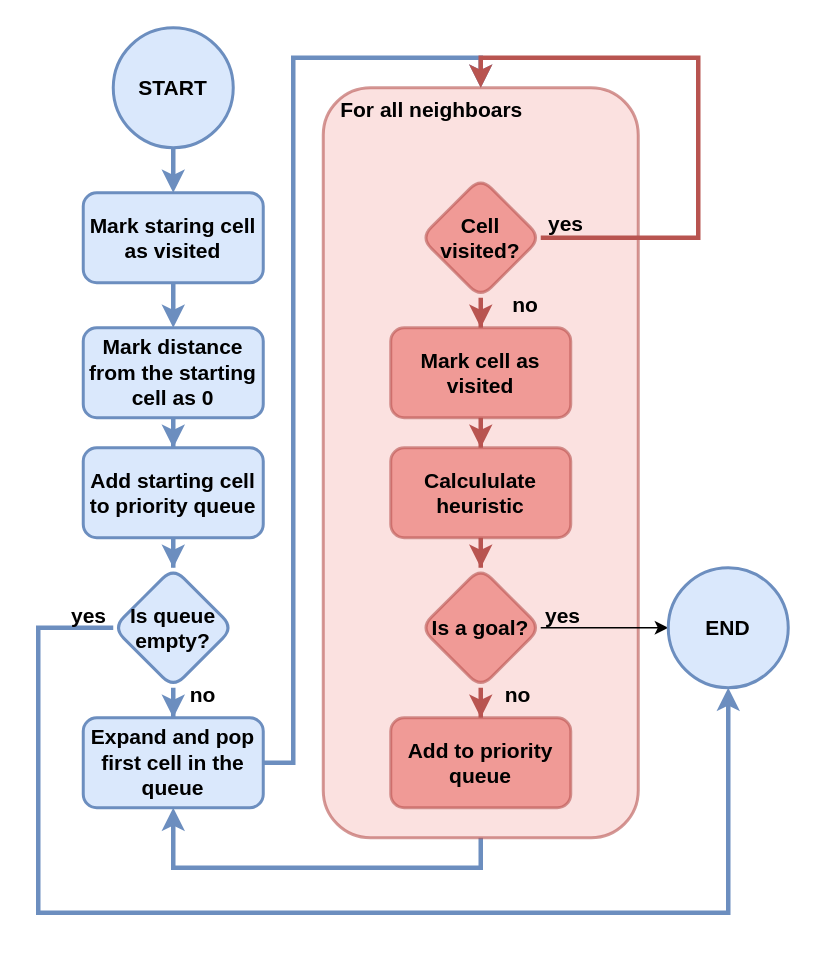
Earlier version of the draw.io diagram docs/diagrams/simple_algos.drawio (mactat/map-pacer). Source tidied: cells renumbered, new cells numbered last; positions are measured from the earlier drawing's top-left corner, leaving out a move shared by most shapes. Both pictures are drawn from the tidied source at 150%, with x=0, y=0 at pixel (38, 27).
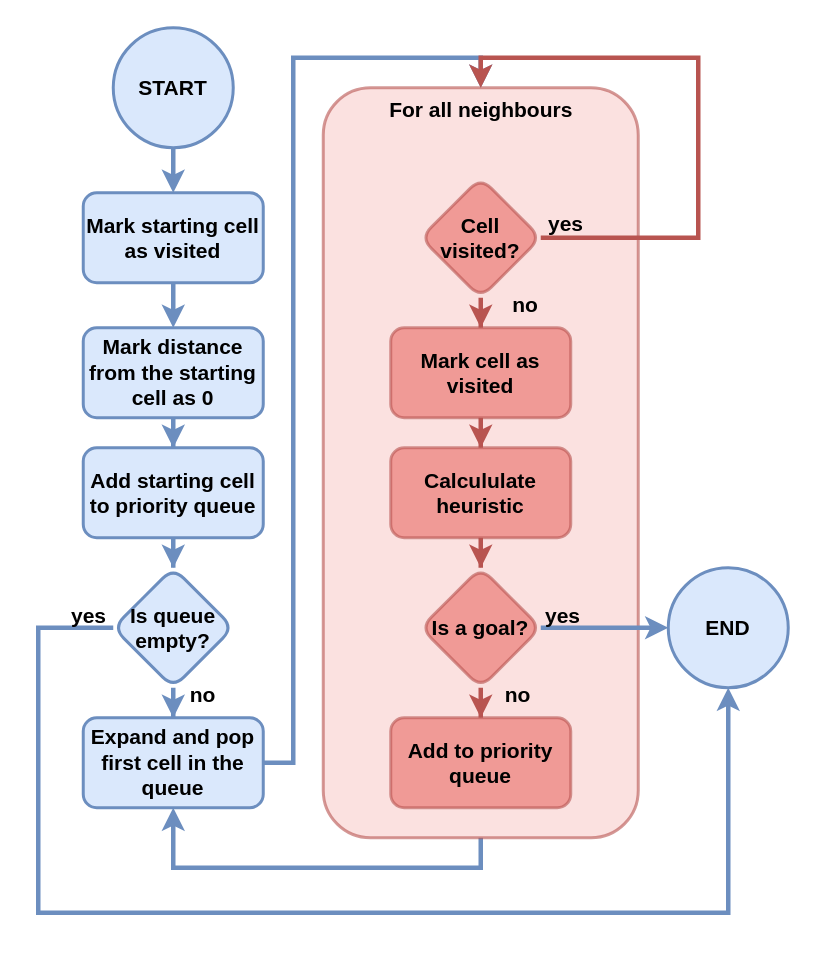
The same diagram, later.

Unchanged cells that the change refers to:
```xml
<mxCell id="21" value="Is a goal?" style="rhombus;whiteSpace=wrap;html=1;fillColor=#EA6B66;strokeColor=#b85450;strokeWidth=2;fontStyle=1;fontSize=14;opacity=60;rounded=1;" parent="1" vertex="1">
  <mxGeometry x="255" y="360" width="80" height="80" as="geometry" />
</mxCell>
<mxCell id="22" value="END" style="ellipse;whiteSpace=wrap;html=1;fillColor=#dae8fc;strokeColor=#6c8ebf;strokeWidth=2;fontStyle=1;fontSize=14;" parent="1" vertex="1">
  <mxGeometry x="420" y="360" width="80" height="80" as="geometry" />
</mxCell>
```

The edit, as a diff of the source:
```diff
@@
-    <mxCell id="3" value="Mark staring cell as visited" style="rounded=1;whiteSpace=wrap;html=1;fillColor=#dae8fc;strokeColor=#6c8ebf;strokeWidth=2;fontStyle=1;fontSize=14;" parent="1" vertex="1">
+    <mxCell id="3" value="Mark starting cell as visited" style="rounded=1;whiteSpace=wrap;html=1;fillColor=#dae8fc;strokeColor=#6c8ebf;strokeWidth=2;fontStyle=1;fontSize=14;" parent="1" vertex="1">
       <mxGeometry x="30" y="110" width="120" height="60" as="geometry" />
     </mxCell>
@@
-    <mxCell id="19" style="edgeStyle=orthogonalEdgeStyle;rounded=0;jettySize=auto;html=1;entryX=0;entryY=0.5;entryDx=0;entryDy=0;" parent="1" edge="1" source="21" target="22">
+    <mxCell id="19" style="edgeStyle=orthogonalEdgeStyle;rounded=0;jettySize=auto;html=1;entryX=0;entryY=0.5;entryDx=0;entryDy=0;strokeColor=#6c8ebf;fillColor=#dae8fc;strokeWidth=3;" parent="1" edge="1" source="21" target="22">
       <mxGeometry relative="1" as="geometry" />
     </mxCell>
@@
-    <mxCell id="25" value="For all neighboars" style="text;html=1;strokeColor=none;fillColor=none;align=center;verticalAlign=middle;whiteSpace=wrap;rounded=0;fontSize=14;fontStyle=1;" parent="1" vertex="1">
-      <mxGeometry x="200" y="40" width="125" height="30" as="geometry" />
+    <mxCell id="25" value="For all neighbours" style="text;html=1;strokeColor=none;fillColor=none;align=center;verticalAlign=middle;whiteSpace=wrap;rounded=0;fontSize=14;fontStyle=1;" parent="1" vertex="1">
+      <mxGeometry x="232.5" y="40" width="125" height="30" as="geometry" />
     </mxCell>
```
